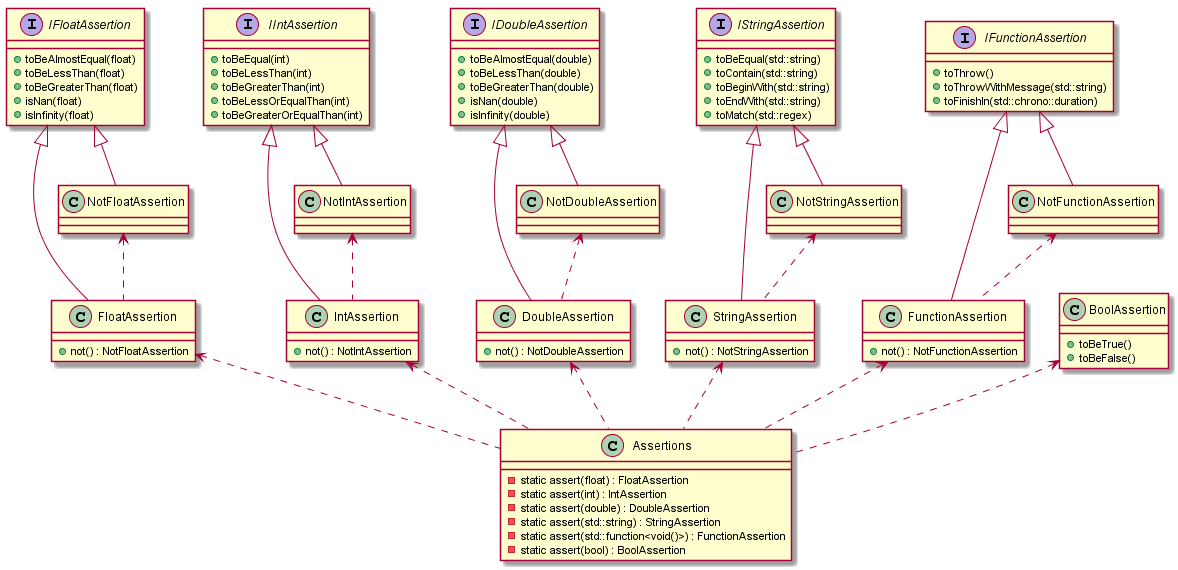
The PlantUML diagram docs/assertions.png in magdalenatragarz/quokkatest, before a commit.
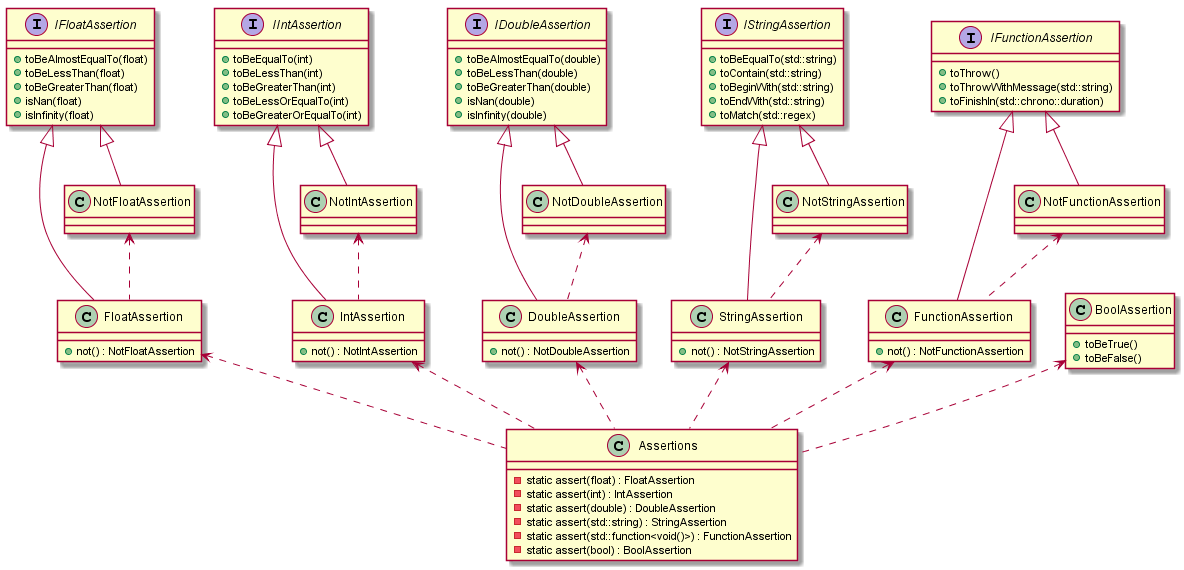
Above is the later version.

Diff of the diagram source:
```diff
@@ -10,7 +10,7 @@
 }
 
 interface IFloatAssertion {
-    + toBeAlmostEqual(float)
+    + toBeAlmostEqualTo(float)
     + toBeLessThan(float)
     + toBeGreaterThan(float)
     + isNan(float)
@@ -25,11 +25,11 @@
 }
 
 interface IIntAssertion {
-    + toBeEqual(int)
+    + toBeEqualTo(int)
     + toBeLessThan(int)
     + toBeGreaterThan(int)
-    + toBeLessOrEqualThan(int)
-    + toBeGreaterOrEqualThan(int)
+    + toBeLessOrEqualTo(int)
+    + toBeGreaterOrEqualTo(int)
 }
 
 class IntAssertion {
@@ -40,7 +40,7 @@
 }
 
 interface IDoubleAssertion {
-    + toBeAlmostEqual(double)
+    + toBeAlmostEqualTo(double)
     + toBeLessThan(double)
     + toBeGreaterThan(double)
     + isNan(double)
@@ -55,7 +55,7 @@
 }
 
 interface IStringAssertion {
-    + toBeEqual(std::string)
+    + toBeEqualTo(std::string)
     + toContain(std::string)
     + toBeginWith(std::string)
     + toEndWith(std::string)
```
